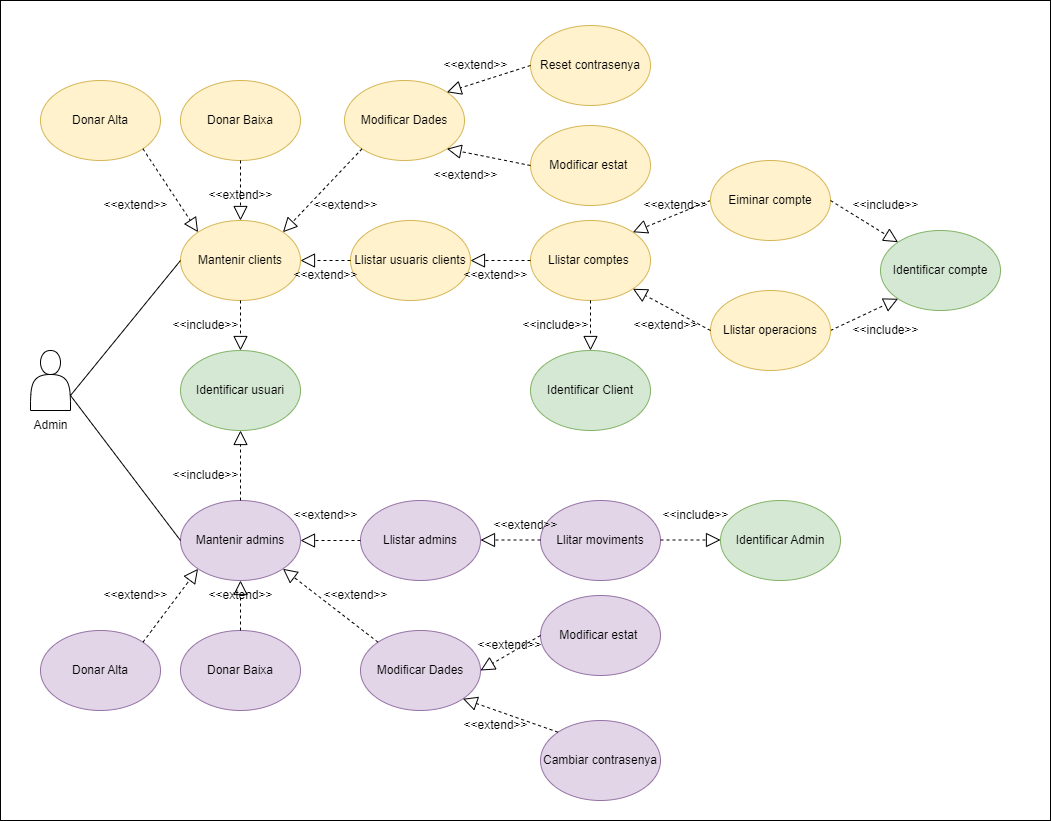
The draw.io diagram imatges/diagrama caso de uso admin.png in WulinSudan/PFG, before a commit. Source tidied: cells renumbered, new cells last; positions are measured from the earlier drawing's top-left corner, leaving out a move shared by most shapes.
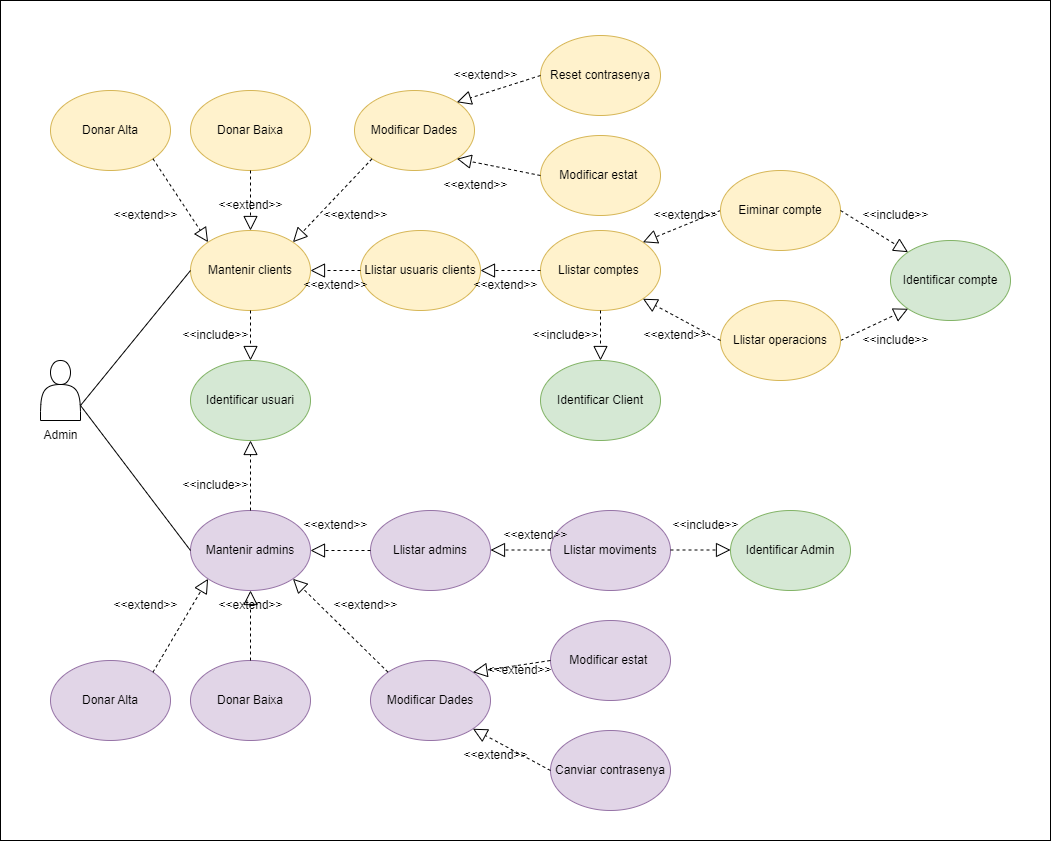
The same file after the commit.

The edit, as a diff of the source:
```diff
@@ -3,7 +3,7 @@
     <mxCell id="0" />
     <mxCell id="1" parent="0" />
     <mxCell id="2" style="rounded=0;whiteSpace=wrap;html=1;" parent="1" vertex="1">
-      <mxGeometry width="1050" height="820" as="geometry" />
+      <mxGeometry x="-10" y="-10" width="1050" height="840" as="geometry" />
     </mxCell>
     <mxCell id="3" style="shape=actor;whiteSpace=wrap;html=1;" parent="1" vertex="1">
       <mxGeometry x="30" y="350" width="40" height="60" as="geometry" />
@@ -72,13 +72,13 @@
       <mxGeometry x="530" y="125" width="120" height="80" as="geometry" />
     </mxCell>
     <mxCell id="25" value="Donar Alta" style="ellipse;whiteSpace=wrap;html=1;fillColor=#e1d5e7;strokeColor=#9673a6;" parent="1" vertex="1">
-      <mxGeometry x="40" y="630" width="120" height="80" as="geometry" />
+      <mxGeometry x="40" y="650" width="120" height="80" as="geometry" />
     </mxCell>
     <mxCell id="26" value="Donar Baixa" style="ellipse;whiteSpace=wrap;html=1;fillColor=#e1d5e7;strokeColor=#9673a6;" parent="1" vertex="1">
-      <mxGeometry x="180" y="630" width="120" height="80" as="geometry" />
+      <mxGeometry x="180" y="650" width="120" height="80" as="geometry" />
     </mxCell>
     <mxCell id="27" value="Modificar Dades" style="ellipse;whiteSpace=wrap;html=1;fillColor=#e1d5e7;strokeColor=#9673a6;" parent="1" vertex="1">
-      <mxGeometry x="360" y="630" width="120" height="80" as="geometry" />
+      <mxGeometry x="360" y="650" width="120" height="80" as="geometry" />
     </mxCell>
     <mxCell id="28" style="endArrow=block;dashed=1;endFill=0;endSize=12;html=1;rounded=0;exitX=1;exitY=0;exitDx=0;exitDy=0;entryX=0;entryY=1;entryDx=0;entryDy=0;" parent="1" edge="1" source="25" target="6">
       <mxGeometry relative="1" as="geometry" />
@@ -105,10 +105,10 @@
       <mxGeometry relative="1" as="geometry" />
     </mxCell>
     <mxCell id="36" value="Modificar estat&amp;nbsp;" style="ellipse;whiteSpace=wrap;html=1;fillColor=#e1d5e7;strokeColor=#9673a6;" parent="1" vertex="1">
-      <mxGeometry x="540" y="595" width="120" height="80" as="geometry" />
+      <mxGeometry x="540" y="610" width="120" height="80" as="geometry" />
     </mxCell>
     <mxCell id="37" value="&amp;lt;&amp;lt;extend&amp;gt;&amp;gt;" style="text;html=1;align=center;verticalAlign=middle;strokeColor=none;fillColor=none;" parent="1" vertex="1">
-      <mxGeometry x="464" y="630" width="90" height="30" as="geometry" />
+      <mxGeometry x="464" y="645" width="90" height="30" as="geometry" />
     </mxCell>
     <mxCell id="38" value="&amp;lt;&amp;lt;extend&amp;gt;&amp;gt;" style="text;html=1;align=center;verticalAlign=middle;strokeColor=none;fillColor=none;" parent="1" vertex="1">
       <mxGeometry x="430" y="50" width="90" height="30" as="geometry" />
@@ -119,7 +119,7 @@
     <mxCell id="40" style="edgeStyle=orthogonalEdgeStyle;rounded=0;orthogonalLoop=1;jettySize=auto;html=1;exitX=0.5;exitY=1;exitDx=0;exitDy=0;" parent="1" edge="1" source="36" target="36">
       <mxGeometry relative="1" as="geometry" />
     </mxCell>
-    <mxCell id="41" style="endArrow=block;dashed=1;endFill=0;endSize=12;html=1;rounded=0;exitX=0;exitY=0.5;exitDx=0;exitDy=0;entryX=1;entryY=0.5;entryDx=0;entryDy=0;" parent="1" edge="1" source="36" target="27">
+    <mxCell id="41" style="endArrow=block;dashed=1;endFill=0;endSize=12;html=1;rounded=0;exitX=0;exitY=0.5;exitDx=0;exitDy=0;entryX=1;entryY=0;entryDx=0;entryDy=0;" parent="1" edge="1" source="36" target="27">
       <mxGeometry relative="1" as="geometry" />
     </mxCell>
     <mxCell id="42" value="Llistar admins" style="ellipse;whiteSpace=wrap;html=1;fillColor=#e1d5e7;strokeColor=#9673a6;" parent="1" vertex="1">
@@ -191,7 +191,7 @@
     <mxCell id="64" value="&amp;lt;&amp;lt;extend&amp;gt;&amp;gt;" style="text;html=1;align=center;verticalAlign=middle;strokeColor=none;fillColor=none;" parent="1" vertex="1">
       <mxGeometry x="630" y="190" width="90" height="30" as="geometry" />
     </mxCell>
-    <mxCell id="65" value="Llitar moviments" style="ellipse;whiteSpace=wrap;html=1;fillColor=#e1d5e7;strokeColor=#9673a6;" parent="1" vertex="1">
+    <mxCell id="65" value="Llistar moviments" style="ellipse;whiteSpace=wrap;html=1;fillColor=#e1d5e7;strokeColor=#9673a6;" parent="1" vertex="1">
       <mxGeometry x="540" y="500" width="120" height="80" as="geometry" />
     </mxCell>
     <mxCell id="66" style="endArrow=block;dashed=1;endFill=0;endSize=12;html=1;rounded=0;entryX=1;entryY=0.5;entryDx=0;entryDy=0;" parent="1" edge="1">
@@ -215,14 +215,14 @@
     <mxCell id="70" value="&amp;lt;&amp;lt;include&amp;gt;&amp;gt;" style="text;html=1;align=center;verticalAlign=middle;strokeColor=none;fillColor=none;" parent="1" vertex="1">
       <mxGeometry x="650" y="500" width="90" height="30" as="geometry" />
     </mxCell>
-    <mxCell id="71" value="Cambiar contrasenya" style="ellipse;whiteSpace=wrap;html=1;fillColor=#e1d5e7;strokeColor=#9673a6;" parent="1" vertex="1">
-      <mxGeometry x="540" y="720" width="120" height="80" as="geometry" />
-    </mxCell>
-    <mxCell id="72" style="endArrow=block;dashed=1;endFill=0;endSize=12;html=1;rounded=0;exitX=0;exitY=0;exitDx=0;exitDy=0;entryX=1;entryY=1;entryDx=0;entryDy=0;" parent="1" edge="1" source="71" target="27">
-      <mxGeometry relative="1" as="geometry" />
-    </mxCell>
+    <mxCell id="74" value="Canviar contrasenya" style="ellipse;whiteSpace=wrap;html=1;fillColor=#e1d5e7;strokeColor=#9673a6;" parent="1" vertex="1">
+      <mxGeometry x="540" y="720" width="120" height="80" as="geometry" />
+    </mxCell>
+    <mxCell id="75" style="endArrow=block;dashed=1;endFill=0;endSize=12;html=1;rounded=0;exitX=0;exitY=0.5;exitDx=0;exitDy=0;entryX=1;entryY=1;entryDx=0;entryDy=0;" parent="1" edge="1" source="74" target="27">
+      <mxGeometry relative="1" as="geometry" />
+    </mxCell>
     <mxCell id="73" value="&amp;lt;&amp;lt;extend&amp;gt;&amp;gt;" style="text;html=1;align=center;verticalAlign=middle;strokeColor=none;fillColor=none;" parent="1" vertex="1">
-      <mxGeometry x="450" y="710" width="90" height="30" as="geometry" />
+      <mxGeometry x="440" y="730" width="90" height="30" as="geometry" />
     </mxCell>
   </root>
 </mxGraphModel>
```
